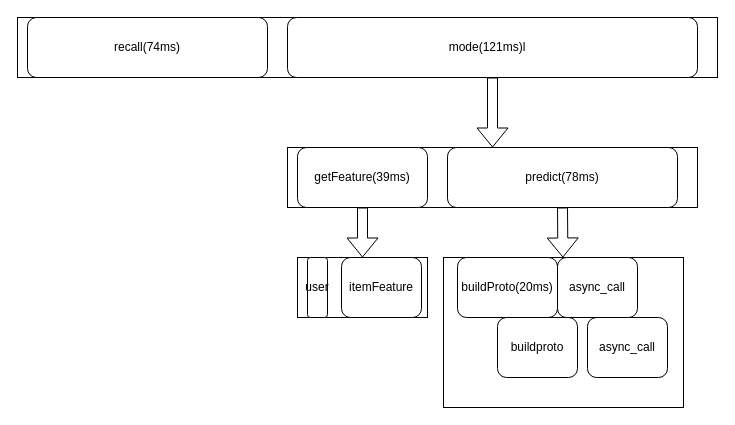
hudengjunai/Colab_notebooks keeps this draw.io diagram as timeline.drawio. Above is the earlier version. Source tidied: cells renumbered, new cells numbered last; positions are measured from the earlier drawing's top-left corner, leaving out a move shared by most shapes. Both pictures are drawn from the tidied source at 100%, with x=0, y=0 at pixel (17, 17).
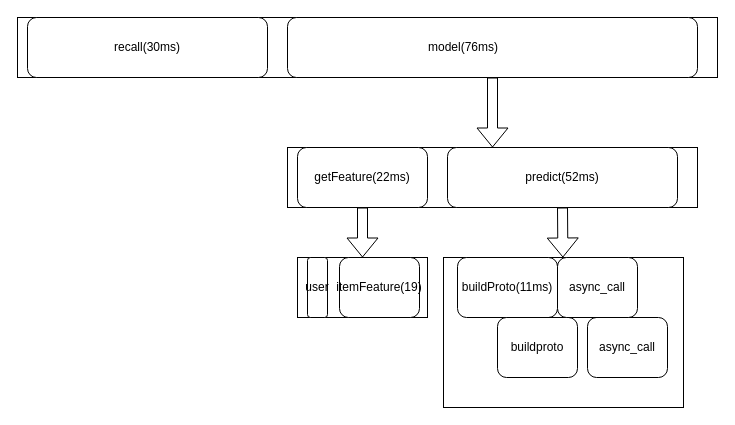
The same page after the edit.

What changed in the source:
```diff
@@
 <mxGraphModel>
   <root>
     <mxCell id="0" />
     <mxCell id="1" parent="0" />
     <mxCell id="2" style="rounded=0;whiteSpace=wrap;html=1;" parent="1" vertex="1">
       <mxGeometry width="700" height="60" as="geometry" />
     </mxCell>
     <mxCell id="3" style="rounded=1;whiteSpace=wrap;html=1;" parent="1" vertex="1">
       <mxGeometry x="270" width="410" height="60" as="geometry" />
     </mxCell>
-    <mxCell id="4" value="recall(74ms)" style="rounded=1;whiteSpace=wrap;html=1;" parent="1" vertex="1">
+    <mxCell id="4" value="recall(30ms)" style="rounded=1;whiteSpace=wrap;html=1;" parent="1" vertex="1">
       <mxGeometry x="10" width="240" height="60" as="geometry" />
     </mxCell>
-    <mxCell id="5" value="mode(121ms)l" style="text;html=1;strokeColor=none;fillColor=none;align=center;verticalAlign=middle;whiteSpace=wrap;rounded=0;" parent="1" vertex="1">
-      <mxGeometry x="450" y="20" width="40" height="20" as="geometry" />
+    <mxCell id="5" value="model(76ms)" style="text;html=1;strokeColor=none;fillColor=none;align=center;verticalAlign=middle;whiteSpace=wrap;rounded=0;" parent="1" vertex="1">
+      <mxGeometry x="426" y="20" width="40" height="20" as="geometry" />
     </mxCell>
     <mxCell id="6" style="rounded=0;whiteSpace=wrap;html=1;" parent="1" vertex="1">
       <mxGeometry x="270" y="130" width="410" height="60" as="geometry" />
     </mxCell>
     <mxCell id="7" style="shape=flexArrow;endArrow=classic;html=1;exitX=0.5;exitY=1;exitDx=0;exitDy=0;entryX=0.5;entryY=0;entryDx=0;entryDy=0;" parent="1" edge="1" source="3" target="6">
       <mxGeometry relative="1" as="geometry" />
     </mxCell>
-    <mxCell id="8" value="getFeature(39ms)" style="rounded=1;whiteSpace=wrap;html=1;" parent="1" vertex="1">
+    <mxCell id="8" value="getFeature(22ms)" style="rounded=1;whiteSpace=wrap;html=1;" parent="1" vertex="1">
       <mxGeometry x="280" y="130" width="130" height="60" as="geometry" />
     </mxCell>
-    <mxCell id="9" value="predict(78ms)" style="rounded=1;whiteSpace=wrap;html=1;" parent="1" vertex="1">
+    <mxCell id="9" value="predict(52ms)" style="rounded=1;whiteSpace=wrap;html=1;" parent="1" vertex="1">
       <mxGeometry x="430" y="130" width="230" height="60" as="geometry" />
     </mxCell>
     <mxCell id="10" style="rounded=0;whiteSpace=wrap;html=1;" parent="1" vertex="1">
       <mxGeometry x="426" y="240" width="240" height="150" as="geometry" />
     </mxCell>
     <mxCell id="11" style="shape=flexArrow;endArrow=classic;html=1;exitX=0.5;exitY=1;exitDx=0;exitDy=0;" parent="1" edge="1" source="9" target="10">
       <mxGeometry relative="1" as="geometry" />
     </mxCell>
-    <mxCell id="12" value="buildProto(20ms)" style="rounded=1;whiteSpace=wrap;html=1;" parent="1" vertex="1">
+    <mxCell id="12" value="buildProto(11ms)" style="rounded=1;whiteSpace=wrap;html=1;" parent="1" vertex="1">
       <mxGeometry x="440" y="240" width="100" height="60" as="geometry" />
     </mxCell>
     <mxCell id="13" value="async_call" style="rounded=1;whiteSpace=wrap;html=1;" parent="1" vertex="1">
       <mxGeometry x="570" y="300" width="80" height="60" as="geometry" />
     </mxCell>
     <mxCell id="14" value="buildproto" style="rounded=1;whiteSpace=wrap;html=1;" parent="1" vertex="1">
       <mxGeometry x="480" y="300" width="80" height="60" as="geometry" />
     </mxCell>
     <mxCell id="15" value="async_call" style="rounded=1;whiteSpace=wrap;html=1;" parent="1" vertex="1">
       <mxGeometry x="540" y="240" width="80" height="60" as="geometry" />
     </mxCell>
     <mxCell id="16" style="rounded=0;whiteSpace=wrap;html=1;" parent="1" vertex="1">
       <mxGeometry x="280" y="240" width="130" height="60" as="geometry" />
     </mxCell>
     <mxCell id="17" style="shape=flexArrow;endArrow=classic;html=1;exitX=0.5;exitY=1;exitDx=0;exitDy=0;entryX=0.5;entryY=0;entryDx=0;entryDy=0;" parent="1" edge="1" source="8" target="16">
       <mxGeometry relative="1" as="geometry" />
     </mxCell>
-    <mxCell id="18" value="itemFeature" style="rounded=1;whiteSpace=wrap;html=1;" parent="1" vertex="1">
-      <mxGeometry x="324" y="240" width="80" height="60" as="geometry" />
+    <mxCell id="18" value="itemFeature(19)" style="rounded=1;whiteSpace=wrap;html=1;" parent="1" vertex="1">
+      <mxGeometry x="322" y="240" width="80" height="60" as="geometry" />
     </mxCell>
     <mxCell id="19" value="user" style="rounded=1;whiteSpace=wrap;html=1;" parent="1" vertex="1">
       <mxGeometry x="290" y="240" width="20" height="60" as="geometry" />
     </mxCell>
   </root>
 </mxGraphModel>
```
